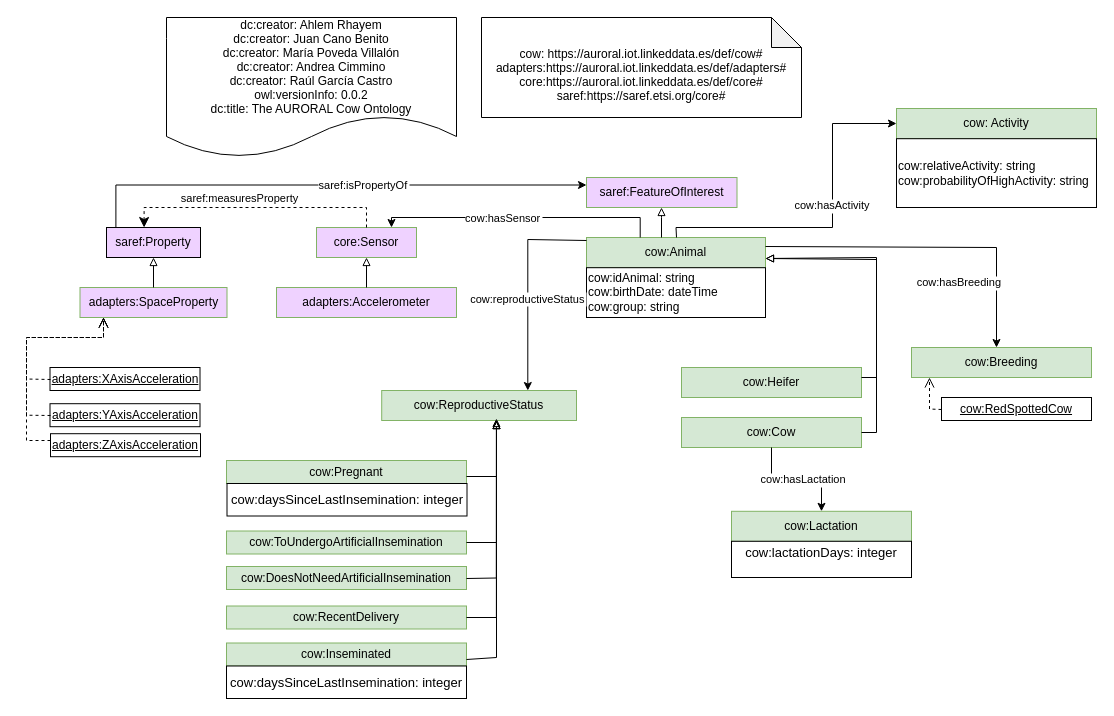
Before: Diagram/CowItaly.drawio in oeg-upm/auroral-cow-ontology, a draw.io diagram. Source tidied: cells renumbered, new cells numbered last; positions are measured from the earlier drawing's top-left corner, leaving out a move shared by most shapes. Both pictures are drawn from the tidied source at 100%, with x=0, y=0 at pixel (26, 17).
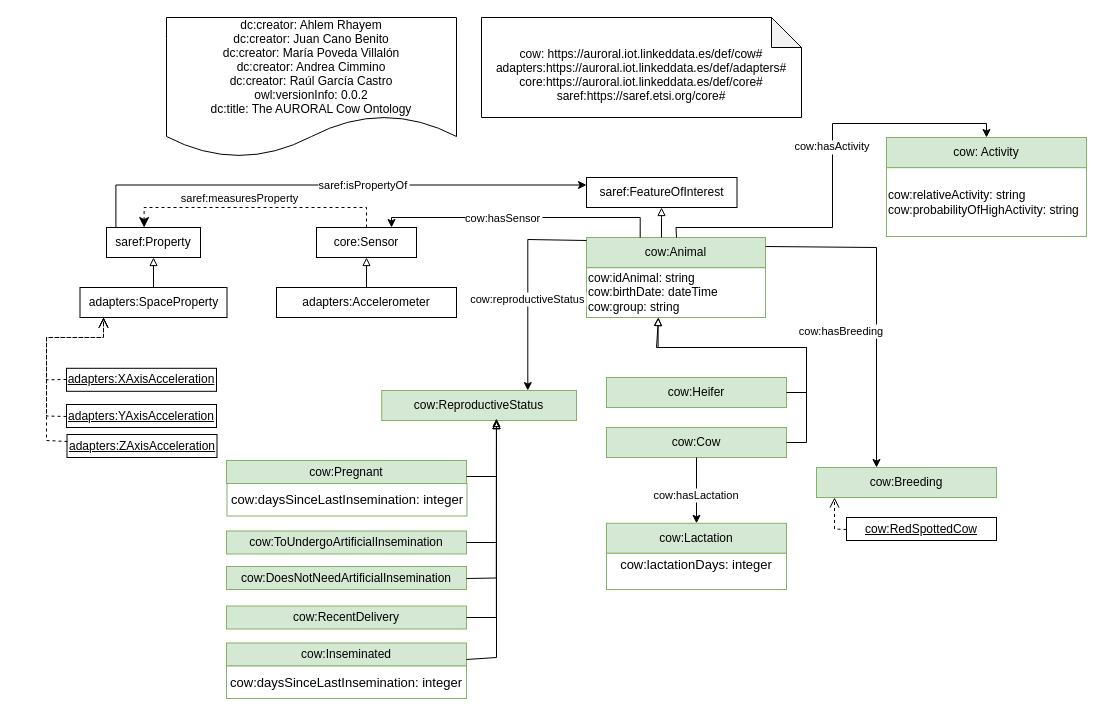
Above is the later version.

The change refers to these unchanged cells:
```xml
<mxCell id="17" value="cow:Animal" style="rounded=0;whiteSpace=wrap;html=1;snapToPoint=1;points=[[0.1,0],[0.2,0],[0.3,0],[0.4,0],[0.5,0],[0.6,0],[0.7,0],[0.8,0],[0.9,0],[0,0.1],[0,0.3],[0,0.5],[0,0.7],[0,0.9],[0.1,1],[0.2,1],[0.3,1],[0.4,1],[0.5,1],[0.6,1],[0.7,1],[0.8,1],[0.9,1],[1,0.1],[1,0.3],[1,0.5],[1,0.7],[1,0.9]];fillColor=#d5e8d4;strokeColor=#82b366;" parent="1" vertex="1">
  <mxGeometry x="560" y="220" width="179" height="30" as="geometry" />
</mxCell>
```

Diff of the diagram source:
```diff
@@
-    <mxCell id="4" value="core:Sensor" style="rounded=0;whiteSpace=wrap;html=1;fillColor=#EFD2FF;strokeColor=#82b366;" parent="1" vertex="1">
+    <mxCell id="4" value="core:Sensor" style="rounded=0;whiteSpace=wrap;html=1;fillColor=#FFFFFF;strokeColor=#000000;" parent="1" vertex="1">
       <mxGeometry x="290" y="210" width="100" height="30" as="geometry" />
     </mxCell>
-    <mxCell id="5" value="&lt;div&gt;&lt;span&gt;adapters:Accelerometer&lt;/span&gt;&lt;/div&gt;" style="rounded=0;whiteSpace=wrap;html=1;fillColor=#EFD2FF;strokeColor=#82b366;" parent="1" vertex="1">
+    <mxCell id="5" value="&lt;div&gt;&lt;span&gt;adapters:Accelerometer&lt;/span&gt;&lt;/div&gt;" style="rounded=0;whiteSpace=wrap;html=1;fillColor=#FFFFFF;strokeColor=#000000;" parent="1" vertex="1">
       <mxGeometry x="250" y="270" width="180" height="30" as="geometry" />
     </mxCell>
@@
-    <mxCell id="7" value="saref:Property" style="rounded=0;whiteSpace=wrap;html=1;points=[[0.1,0],[0.2,0],[0.3,0],[0.4,0],[0.5,0],[0.6,0],[0.7,0],[0.8,0],[0.9,0],[0,0.1],[0,0.3],[0,0.5],[0,0.7],[0,0.9],[0.1,1],[0.2,1],[0.3,1],[0.4,1],[0.5,1],[0.6,1],[0.7,1],[0.8,1],[0.9,1],[1,0.1],[1,0.3],[1,0.5],[1,0.7],[1,0.9]];fillColor=#EFD2FF;" parent="1" vertex="1">
+    <mxCell id="7" value="saref:Property" style="rounded=0;whiteSpace=wrap;html=1;points=[[0.1,0],[0.2,0],[0.3,0],[0.4,0],[0.5,0],[0.6,0],[0.7,0],[0.8,0],[0.9,0],[0,0.1],[0,0.3],[0,0.5],[0,0.7],[0,0.9],[0.1,1],[0.2,1],[0.3,1],[0.4,1],[0.5,1],[0.6,1],[0.7,1],[0.8,1],[0.9,1],[1,0.1],[1,0.3],[1,0.5],[1,0.7],[1,0.9]];fillColor=#FFFFFF;strokeColor=#000000;" parent="1" vertex="1">
       <mxGeometry x="80" y="210" width="94" height="30" as="geometry" />
     </mxCell>
-    <mxCell id="8" value="adapters:SpaceProperty" style="rounded=0;whiteSpace=wrap;html=1;fillColor=#EFD2FF;strokeColor=#82b366;" parent="1" vertex="1">
+    <mxCell id="8" value="adapters:SpaceProperty" style="rounded=0;whiteSpace=wrap;html=1;fillColor=#FFFFFF;strokeColor=#000000;" parent="1" vertex="1">
       <mxGeometry x="53.5" y="270" width="147" height="30" as="geometry" />
     </mxCell>
     <mxCell id="9" value="&lt;u&gt;adapters:XAxisAcceleration&lt;/u&gt;" style="rounded=0;whiteSpace=wrap;html=1;snapToPoint=1;points=[[0.1,0],[0.2,0],[0.3,0],[0.4,0],[0.5,0],[0.6,0],[0.7,0],[0.8,0],[0.9,0],[0,0.1],[0,0.3],[0,0.5],[0,0.7],[0,0.9],[0.1,1],[0.2,1],[0.3,1],[0.4,1],[0.5,1],[0.6,1],[0.7,1],[0.8,1],[0.9,1],[1,0.1],[1,0.3],[1,0.5],[1,0.7],[1,0.9]];fillColor=#FFFFFF;" parent="1" vertex="1">
-      <mxGeometry x="23.5" y="350" width="150" height="23" as="geometry" />
+      <mxGeometry x="40" y="350.8" width="150" height="23" as="geometry" />
     </mxCell>
     <mxCell id="10" value="&lt;u&gt;adapters:YAxisAcceleration&lt;/u&gt;" style="rounded=0;whiteSpace=wrap;html=1;snapToPoint=1;points=[[0.1,0],[0.2,0],[0.3,0],[0.4,0],[0.5,0],[0.6,0],[0.7,0],[0.8,0],[0.9,0],[0,0.1],[0,0.3],[0,0.5],[0,0.7],[0,0.9],[0.1,1],[0.2,1],[0.3,1],[0.4,1],[0.5,1],[0.6,1],[0.7,1],[0.8,1],[0.9,1],[1,0.1],[1,0.3],[1,0.5],[1,0.7],[1,0.9]];" parent="1" vertex="1">
-      <mxGeometry x="23.5" y="386.2" width="150" height="23" as="geometry" />
+      <mxGeometry x="40" y="387" width="150" height="23" as="geometry" />
     </mxCell>
     <mxCell id="11" value="&lt;u&gt;adapters:ZAxisAcceleration&lt;/u&gt;" style="rounded=0;whiteSpace=wrap;html=1;snapToPoint=1;points=[[0.1,0],[0.2,0],[0.3,0],[0.4,0],[0.5,0],[0.6,0],[0.7,0],[0.8,0],[0.9,0],[0,0.1],[0,0.3],[0,0.5],[0,0.7],[0,0.9],[0.1,1],[0.2,1],[0.3,1],[0.4,1],[0.5,1],[0.6,1],[0.7,1],[0.8,1],[0.9,1],[1,0.1],[1,0.3],[1,0.5],[1,0.7],[1,0.9]];" parent="1" vertex="1">
-      <mxGeometry x="24" y="416.2" width="150" height="23" as="geometry" />
+      <mxGeometry x="40.5" y="417" width="150" height="23" as="geometry" />
     </mxCell>
     <mxCell id="12" style="endArrow=open;html=1;fontColor=#000099;endFill=0;dashed=1;endSize=8;edgeStyle=orthogonalEdgeStyle;arcSize=0;entryX=0.16;entryY=1;entryDx=0;entryDy=0;entryPerimeter=0;" parent="1" edge="1" source="9" target="8">
       <mxGeometry relative="1" as="geometry">
         <Array as="points">
-          <mxPoint y="362" />
-          <mxPoint y="320" />
+          <mxPoint x="20" y="362" />
+          <mxPoint x="20" y="320" />
           <mxPoint x="77" y="320" />
         </Array>
       </mxGeometry>
     </mxCell>
     <mxCell id="13" style="endArrow=open;html=1;fontColor=#000099;endFill=0;dashed=1;endSize=8;edgeStyle=orthogonalEdgeStyle;arcSize=0;" parent="1" edge="1" source="10" target="8">
       <mxGeometry relative="1" as="geometry">
         <Array as="points">
-          <mxPoint y="398" />
-          <mxPoint y="320" />
+          <mxPoint x="20" y="399" />
+          <mxPoint x="20" y="320" />
           <mxPoint x="77" y="320" />
         </Array>
       </mxGeometry>
     </mxCell>
     <mxCell id="14" style="endArrow=open;html=1;fontColor=#000099;endFill=0;dashed=1;endSize=8;edgeStyle=orthogonalEdgeStyle;arcSize=0;" parent="1" edge="1" source="11" target="8">
       <mxGeometry relative="1" as="geometry">
         <Array as="points">
-          <mxPoint y="423" />
-          <mxPoint y="320" />
+          <mxPoint x="20" y="423" />
+          <mxPoint x="20" y="320" />
           <mxPoint x="77" y="320" />
         </Array>
       </mxGeometry>
     </mxCell>
@@
-    <mxCell id="18" value="saref:FeatureOfInterest" style="rounded=0;whiteSpace=wrap;html=1;fillColor=#EFD2FF;strokeColor=#82b366;" parent="1" vertex="1">
+    <mxCell id="18" value="saref:FeatureOfInterest" style="rounded=0;whiteSpace=wrap;html=1;fillColor=#FFFFFF;strokeColor=#000000;" parent="1" vertex="1">
       <mxGeometry x="560" y="160" width="150.5" height="30" as="geometry" />
     </mxCell>
@@
-    <mxCell id="21" value="cow:idAnimal: string&lt;br&gt;cow:birthDate: dateTime&lt;br&gt;cow:group: string" style="rounded=0;whiteSpace=wrap;html=1;snapToPoint=1;points=[[0.1,0],[0.2,0],[0.3,0],[0.4,0],[0.5,0],[0.6,0],[0.7,0],[0.8,0],[0.9,0],[0,0.1],[0,0.3],[0,0.5],[0,0.7],[0,0.9],[0.1,1],[0.2,1],[0.3,1],[0.4,1],[0.5,1],[0.6,1],[0.7,1],[0.8,1],[0.9,1],[1,0.1],[1,0.3],[1,0.5],[1,0.7],[1,0.9]];align=left;" parent="1" vertex="1">
+    <mxCell id="21" value="cow:idAnimal: string&lt;br&gt;cow:birthDate: dateTime&lt;br&gt;cow:group: string" style="rounded=0;whiteSpace=wrap;html=1;snapToPoint=1;points=[[0.1,0],[0.2,0],[0.3,0],[0.4,0],[0.5,0],[0.6,0],[0.7,0],[0.8,0],[0.9,0],[0,0.1],[0,0.3],[0,0.5],[0,0.7],[0,0.9],[0.1,1],[0.2,1],[0.3,1],[0.4,1],[0.5,1],[0.6,1],[0.7,1],[0.8,1],[0.9,1],[1,0.1],[1,0.3],[1,0.5],[1,0.7],[1,0.9]];align=left;strokeColor=#82B366;" parent="1" vertex="1">
       <mxGeometry x="560" y="250.2" width="179" height="49.8" as="geometry" />
     </mxCell>
     <mxCell id="22" value="&lt;div&gt;&lt;span&gt;cow:Cow&lt;/span&gt;&lt;/div&gt;" style="rounded=0;whiteSpace=wrap;html=1;fillColor=#d5e8d4;strokeColor=#82b366;" parent="1" vertex="1">
-      <mxGeometry x="655" y="400" width="180" height="30" as="geometry" />
+      <mxGeometry x="580" y="410" width="180" height="30" as="geometry" />
     </mxCell>
     <mxCell id="23" value="&lt;div&gt;&lt;span&gt;cow:Heifer&lt;/span&gt;&lt;/div&gt;" style="rounded=0;whiteSpace=wrap;html=1;fillColor=#D5E8D4;strokeColor=#82b366;" parent="1" vertex="1">
-      <mxGeometry x="655" y="350" width="180" height="30" as="geometry" />
+      <mxGeometry x="580" y="360" width="180" height="30" as="geometry" />
     </mxCell>
-    <mxCell id="24" style="edgeStyle=orthogonalEdgeStyle;rounded=0;jettySize=auto;html=1;fontSize=11;endArrow=block;endFill=0;" parent="1" edge="1" source="23" target="17">
+    <mxCell id="24" style="edgeStyle=orthogonalEdgeStyle;rounded=0;jettySize=auto;html=1;fontSize=11;endArrow=block;endFill=0;" parent="1" edge="1" source="23" target="21">
       <mxGeometry relative="1" as="geometry">
         <Array as="points">
-          <mxPoint x="850" y="360" />
-          <mxPoint x="850" y="242" />
+          <mxPoint x="780" y="375" />
+          <mxPoint x="780" y="330" />
+          <mxPoint x="630" y="330" />
         </Array>
       </mxGeometry>
     </mxCell>
-    <mxCell id="25" style="edgeStyle=orthogonalEdgeStyle;rounded=0;jettySize=auto;html=1;fontSize=11;endArrow=block;endFill=0;exitX=1;exitY=0.5;exitDx=0;exitDy=0;" parent="1" edge="1" source="22" target="17">
-      <mxGeometry relative="1" as="geometry">
-        <Array as="points">
-          <mxPoint x="850" y="415" />
-          <mxPoint x="850" y="240" />
-        </Array>
-      </mxGeometry>
-    </mxCell>
     <mxCell id="26" value="&lt;div&gt;&lt;span&gt;cow:Lactation&lt;/span&gt;&lt;/div&gt;" style="rounded=0;whiteSpace=wrap;html=1;fillColor=#d5e8d4;strokeColor=#82b366;" parent="1" vertex="1">
-      <mxGeometry x="705" y="493.8" width="180" height="30" as="geometry" />
+      <mxGeometry x="580" y="505.8" width="180" height="30" as="geometry" />
     </mxCell>
     <mxCell id="27" value="&lt;div&gt;&lt;span&gt;cow: Activity&lt;/span&gt;&lt;/div&gt;" style="rounded=0;whiteSpace=wrap;html=1;fillColor=#d5e8d4;strokeColor=#82b366;" parent="1" vertex="1">
-      <mxGeometry x="870" y="91" width="200" height="30" as="geometry" />
+      <mxGeometry x="860" y="120" width="200" height="30" as="geometry" />
     </mxCell>
-    <mxCell id="28" value="cow:relativeActivity: string&lt;br&gt;cow:probabilityOfHighActivity: string" style="rounded=0;whiteSpace=wrap;html=1;align=left;" parent="1" vertex="1">
-      <mxGeometry x="870" y="121.2" width="200" height="68.8" as="geometry" />
+    <mxCell id="28" value="cow:relativeActivity: string&lt;br&gt;cow:probabilityOfHighActivity: string" style="rounded=0;whiteSpace=wrap;html=1;align=left;strokeColor=#82B366;" parent="1" vertex="1">
+      <mxGeometry x="860" y="150.2" width="200" height="68.8" as="geometry" />
     </mxCell>
@@
-    <mxCell id="31" value="&lt;div style=&quot;text-align: left&quot;&gt;&lt;font face=&quot;arial&quot;&gt;&lt;span style=&quot;font-size: 13px ; background-color: rgb(255 , 255 , 255)&quot;&gt;cow:lactationDays: integer&lt;/span&gt;&lt;/font&gt;&lt;/div&gt;&lt;div style=&quot;text-align: left&quot;&gt;&lt;br&gt;&lt;/div&gt;" style="rounded=0;whiteSpace=wrap;html=1;" parent="1" vertex="1">
-      <mxGeometry x="705" y="523.8" width="180" height="36.2" as="geometry" />
+    <mxCell id="31" value="&lt;div style=&quot;text-align: left&quot;&gt;&lt;font face=&quot;arial&quot;&gt;&lt;span style=&quot;font-size: 13px ; background-color: rgb(255 , 255 , 255)&quot;&gt;cow:lactationDays: integer&lt;/span&gt;&lt;/font&gt;&lt;/div&gt;&lt;div style=&quot;text-align: left&quot;&gt;&lt;br&gt;&lt;/div&gt;" style="rounded=0;whiteSpace=wrap;html=1;strokeColor=#82B366;" parent="1" vertex="1">
+      <mxGeometry x="580" y="535.8" width="180" height="36.2" as="geometry" />
     </mxCell>
     <mxCell id="32" value="&lt;div&gt;&lt;span&gt;cow:Breeding&lt;/span&gt;&lt;/div&gt;" style="rounded=0;whiteSpace=wrap;html=1;fillColor=#d5e8d4;strokeColor=#82b366;" parent="1" vertex="1">
-      <mxGeometry x="885" y="330" width="180" height="30" as="geometry" />
+      <mxGeometry x="790" y="450" width="180" height="30" as="geometry" />
     </mxCell>
@@
     <mxCell id="35" value="&lt;u&gt;cow:RedSpottedCow&lt;/u&gt;" style="rounded=0;whiteSpace=wrap;html=1;snapToPoint=1;points=[[0.1,0],[0.2,0],[0.3,0],[0.4,0],[0.5,0],[0.6,0],[0.7,0],[0.8,0],[0.9,0],[0,0.1],[0,0.3],[0,0.5],[0,0.7],[0,0.9],[0.1,1],[0.2,1],[0.3,1],[0.4,1],[0.5,1],[0.6,1],[0.7,1],[0.8,1],[0.9,1],[1,0.1],[1,0.3],[1,0.5],[1,0.7],[1,0.9]];" parent="1" vertex="1">
-      <mxGeometry x="915" y="380" width="150" height="23" as="geometry" />
+      <mxGeometry x="820" y="500" width="150" height="23" as="geometry" />
     </mxCell>
     <mxCell id="36" style="endArrow=open;html=1;fontColor=#000099;endFill=0;dashed=1;endSize=8;edgeStyle=orthogonalEdgeStyle;arcSize=0;" parent="1" edge="1" source="35" target="32">
       <mxGeometry relative="1" as="geometry">
         <Array as="points">
-          <mxPoint x="903" y="392" />
+          <mxPoint x="808" y="512" />
         </Array>
       </mxGeometry>
     </mxCell>
@@
     <mxCell id="41" value="cow:hasBreeding" style="edgeStyle=orthogonalEdgeStyle;rounded=0;jettySize=auto;fontSize=11;endArrow=classic;endFill=1;" parent="1" edge="1" source="17" target="32">
       <mxGeometry x="0.17" y="-35" relative="1" as="geometry">
         <Array as="points">
-          <mxPoint x="970" y="230" />
+          <mxPoint x="850" y="230" />
         </Array>
       </mxGeometry>
     </mxCell>
@@
-    <mxCell id="45" value="&lt;div style=&quot;text-align: left&quot;&gt;&lt;font face=&quot;arial&quot;&gt;&lt;span style=&quot;font-size: 13px ; background-color: rgb(255 , 255 , 255)&quot;&gt;cow:daysSinceLastInsemination: integer&lt;/span&gt;&lt;/font&gt;&lt;/div&gt;" style="rounded=0;whiteSpace=wrap;html=1;" parent="1" vertex="1">
+    <mxCell id="45" value="&lt;div style=&quot;text-align: left&quot;&gt;&lt;font face=&quot;arial&quot;&gt;&lt;span style=&quot;font-size: 13px ; background-color: rgb(255 , 255 , 255)&quot;&gt;cow:daysSinceLastInsemination: integer&lt;/span&gt;&lt;/font&gt;&lt;/div&gt;" style="rounded=0;whiteSpace=wrap;html=1;strokeColor=#82B366;" parent="1" vertex="1">
       <mxGeometry x="200" y="648.5" width="240" height="32.5" as="geometry" />
     </mxCell>
@@
-    <mxCell id="51" value="&lt;div style=&quot;text-align: left&quot;&gt;&lt;font face=&quot;arial&quot;&gt;&lt;span style=&quot;font-size: 13px ; background-color: rgb(255 , 255 , 255)&quot;&gt;cow:daysSinceLastInsemination: integer&lt;/span&gt;&lt;/font&gt;&lt;/div&gt;" style="rounded=0;whiteSpace=wrap;html=1;" parent="1" vertex="1">
+    <mxCell id="51" value="&lt;div style=&quot;text-align: left&quot;&gt;&lt;font face=&quot;arial&quot;&gt;&lt;span style=&quot;font-size: 13px ; background-color: rgb(255 , 255 , 255)&quot;&gt;cow:daysSinceLastInsemination: integer&lt;/span&gt;&lt;/font&gt;&lt;/div&gt;" style="rounded=0;whiteSpace=wrap;html=1;strokeColor=#82B366;" parent="1" vertex="1">
       <mxGeometry x="200.5" y="466" width="240" height="32.5" as="geometry" />
     </mxCell>
+    <mxCell id="52" style="edgeStyle=orthogonalEdgeStyle;rounded=0;jettySize=auto;html=1;fontSize=11;endArrow=block;endFill=0;entryX=0.4;entryY=1;entryDx=0;entryDy=0;" parent="1" edge="1" source="22" target="21">
+      <mxGeometry relative="1" as="geometry">
+        <Array as="points">
+          <mxPoint x="780" y="425" />
+          <mxPoint x="780" y="330" />
+          <mxPoint x="632" y="330" />
+        </Array>
+      </mxGeometry>
+    </mxCell>
```
